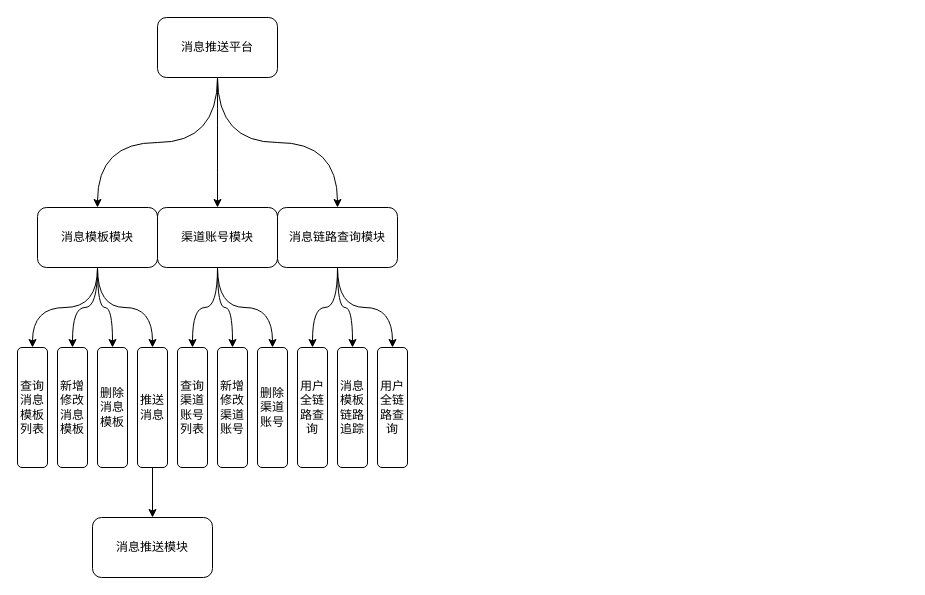
This is 毕业设计/功能模块设计.drawio from KeatonLi/pictures, a draw.io file, before an edit. Source tidied: cells renumbered, new cells numbered last; positions are measured from the earlier drawing's top-left corner, leaving out a move shared by most shapes. Both pictures are drawn from the tidied source at 100%, with x=0, y=0 at pixel (17, 17).
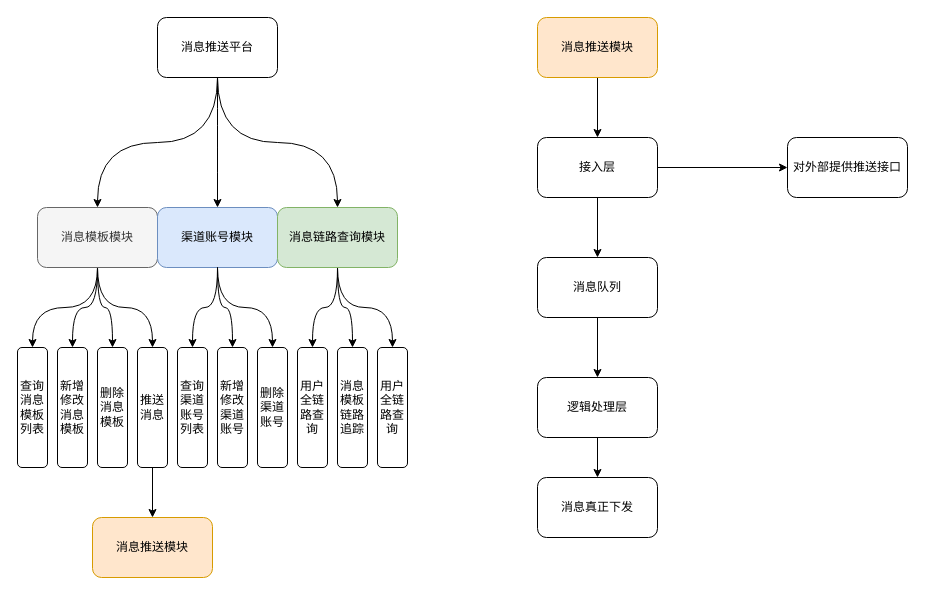
The same diagram, later.

Commit message (it also covers changes not shown here):
更新功能模块设计.drawio

What changed in the source:
```diff
@@
-    <mxCell id="10" value="消息模板模块" style="rounded=1;whiteSpace=wrap;html=1;" parent="1" vertex="1">
+    <mxCell id="10" value="消息模板模块" style="rounded=1;whiteSpace=wrap;html=1;fillColor=#f5f5f5;strokeColor=#666666;fontColor=#333333;" parent="1" vertex="1">
       <mxGeometry x="20" y="190" width="120" height="60" as="geometry" />
     </mxCell>
-    <mxCell id="11" value="渠道账号模块" style="rounded=1;whiteSpace=wrap;html=1;" parent="1" vertex="1">
+    <mxCell id="11" value="渠道账号模块" style="rounded=1;whiteSpace=wrap;html=1;fillColor=#dae8fc;strokeColor=#6c8ebf;" parent="1" vertex="1">
       <mxGeometry x="140" y="190" width="120" height="60" as="geometry" />
     </mxCell>
@@
-    <mxCell id="15" value="消息链路查询模块" style="rounded=1;whiteSpace=wrap;html=1;" parent="1" vertex="1">
+    <mxCell id="15" value="消息链路查询模块" style="rounded=1;whiteSpace=wrap;html=1;fillColor=#d5e8d4;strokeColor=#82b366;" parent="1" vertex="1">
       <mxGeometry x="260" y="190" width="120" height="60" as="geometry" />
     </mxCell>
@@
-    <mxCell id="27" value="消息推送模块" style="rounded=1;whiteSpace=wrap;html=1;" parent="1" vertex="1">
+    <mxCell id="27" value="消息推送模块" style="rounded=1;whiteSpace=wrap;html=1;fillColor=#ffe6cc;strokeColor=#d79b00;" parent="1" vertex="1">
       <mxGeometry x="75" y="500" width="120" height="60" as="geometry" />
     </mxCell>
@@
+    <mxCell id="31" style="edgeStyle=orthogonalEdgeStyle;rounded=0;jettySize=auto;html=1;entryX=0.5;entryY=0;entryDx=0;entryDy=0;" parent="1" edge="1" source="32" target="35">
+      <mxGeometry relative="1" as="geometry" />
+    </mxCell>
+    <mxCell id="32" value="消息推送模块" style="rounded=1;whiteSpace=wrap;html=1;fillColor=#ffe6cc;strokeColor=#d79b00;" parent="1" vertex="1">
+      <mxGeometry x="520" width="120" height="60" as="geometry" />
+    </mxCell>
+    <mxCell id="33" style="edgeStyle=orthogonalEdgeStyle;rounded=0;jettySize=auto;html=1;entryX=0;entryY=0.5;entryDx=0;entryDy=0;" parent="1" edge="1" source="35" target="36">
+      <mxGeometry relative="1" as="geometry" />
+    </mxCell>
+    <mxCell id="34" style="edgeStyle=orthogonalEdgeStyle;rounded=0;jettySize=auto;html=1;entryX=0.5;entryY=0;entryDx=0;entryDy=0;" parent="1" edge="1" source="35" target="38">
+      <mxGeometry relative="1" as="geometry" />
+    </mxCell>
+    <mxCell id="35" value="接入层" style="rounded=1;whiteSpace=wrap;html=1;" parent="1" vertex="1">
+      <mxGeometry x="520" y="120" width="120" height="60" as="geometry" />
+    </mxCell>
+    <mxCell id="36" value="对外部提供推送接口" style="rounded=1;whiteSpace=wrap;html=1;" parent="1" vertex="1">
+      <mxGeometry x="770" y="120" width="120" height="60" as="geometry" />
+    </mxCell>
+    <mxCell id="37" style="edgeStyle=orthogonalEdgeStyle;rounded=0;jettySize=auto;html=1;entryX=0.5;entryY=0;entryDx=0;entryDy=0;" parent="1" edge="1" source="38" target="40">
+      <mxGeometry relative="1" as="geometry" />
+    </mxCell>
+    <mxCell id="38" value="消息队列" style="rounded=1;whiteSpace=wrap;html=1;" parent="1" vertex="1">
+      <mxGeometry x="520" y="240" width="120" height="60" as="geometry" />
+    </mxCell>
+    <mxCell id="39" style="edgeStyle=orthogonalEdgeStyle;rounded=0;jettySize=auto;html=1;entryX=0.5;entryY=0;entryDx=0;entryDy=0;" parent="1" edge="1" source="40" target="41">
+      <mxGeometry relative="1" as="geometry" />
+    </mxCell>
+    <mxCell id="40" value="逻辑处理层" style="rounded=1;whiteSpace=wrap;html=1;" parent="1" vertex="1">
+      <mxGeometry x="520" y="360" width="120" height="60" as="geometry" />
+    </mxCell>
+    <mxCell id="41" value="消息真正下发" style="rounded=1;whiteSpace=wrap;html=1;" parent="1" vertex="1">
+      <mxGeometry x="520" y="460" width="120" height="60" as="geometry" />
+    </mxCell>
```
